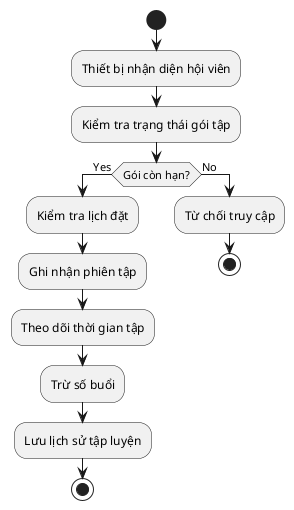
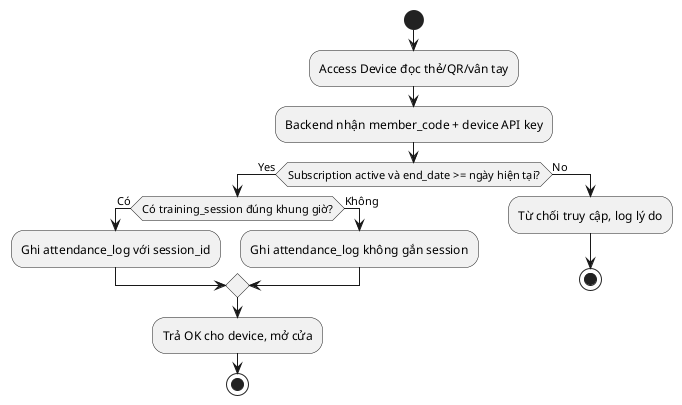
@startuml
start

- :Thiết bị nhận diện hội viên;
+ :Access Device đọc thẻ/QR/vân tay;

- :Kiểm tra trạng thái gói tập;
+ :Backend nhận member_code + device API key;

- if (Gói còn hạn?) then (Yes)
-   :Kiểm tra lịch đặt;
+ if (Subscription active và end_date >= ngày hiện tại?) then (Yes)

-   :Ghi nhận phiên tập;
+   if (Có training_session đúng khung giờ?) then (Có)
+     :Ghi attendance_log với session_id;
+   else (Không)
+     :Ghi attendance_log không gắn session;
+   endif

-   :Theo dõi thời gian tập;
- 
-   :Trừ số buổi;
- 
-   :Lưu lịch sử tập luyện;
+   :Trả OK cho device, mở cửa;

  stop
else (No)
-   :Từ chối truy cập;
+   :Từ chối truy cập, log lý do;
  stop
endif

- @enduml+ @enduml
